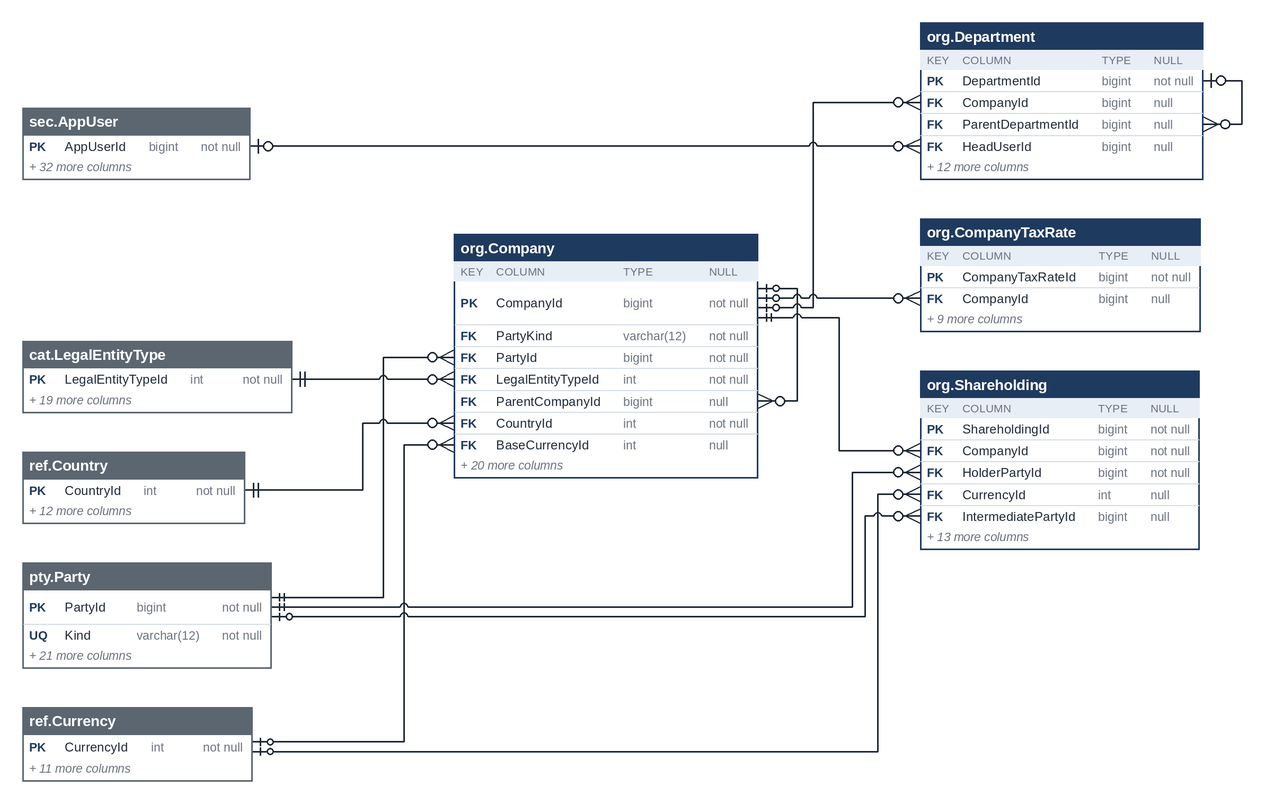
Before: treasury-platform/docs/diagrams/erd-en/m1_company_1.png, a diagram exported from Mermaid (thawrasy/smartlines). Its source is kept beside it as treasury-platform/docs/diagrams/erd/m1_company_1.mmd.
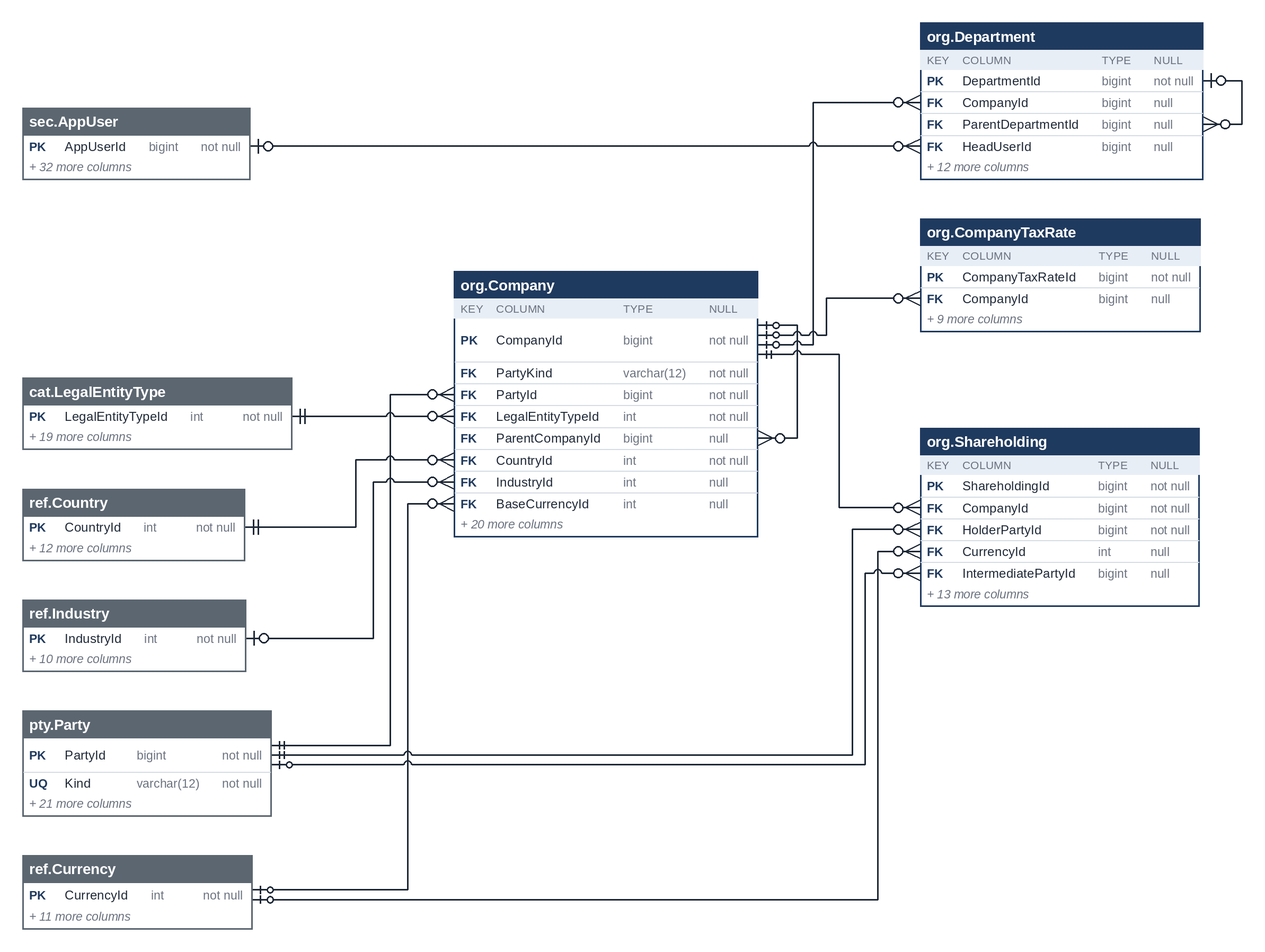
After the commit.

What changed in the source:
```diff
@@ -5,6 +5,7 @@
     int LegalEntityTypeId FK
     bigint ParentCompanyId FK
     int CountryId FK
+    int IndustryId FK
     int BaseCurrencyId FK
   }
   org_CompanyTaxRate["org.CompanyTaxRate"] {
```
